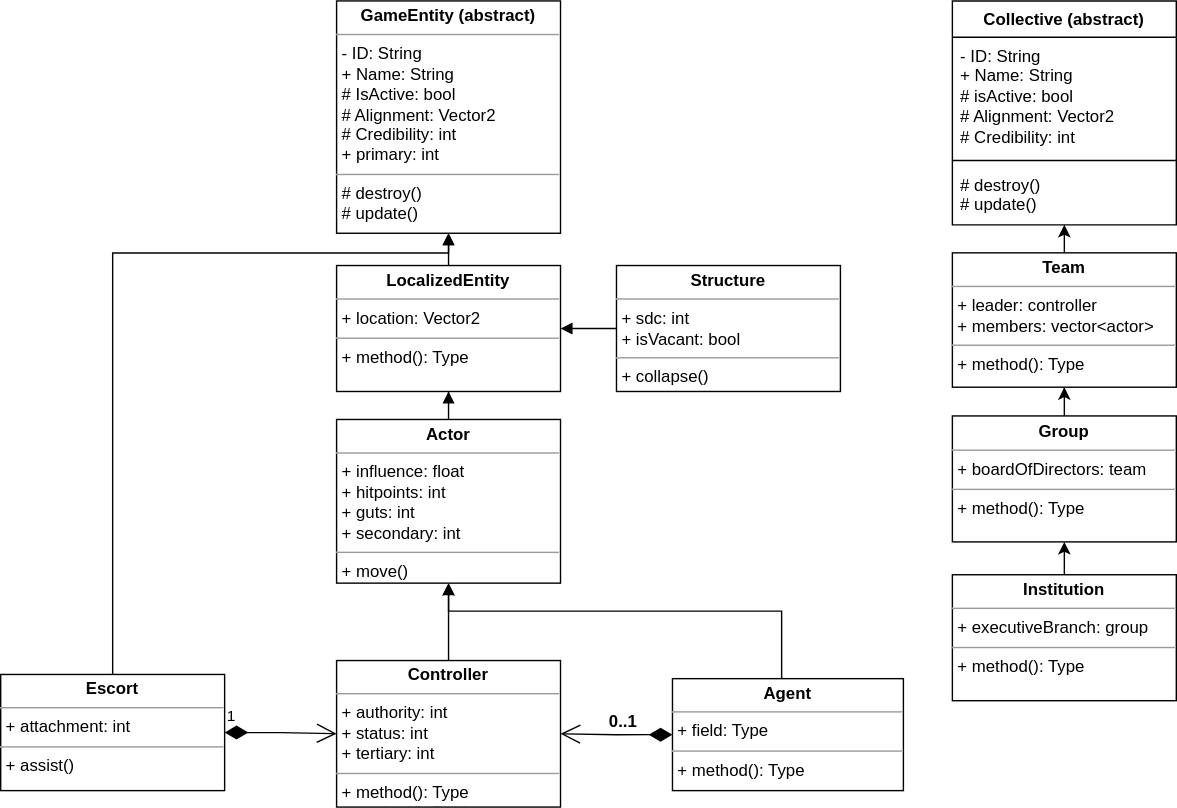
The draw.io diagram TheProspector/Assets/Schematics/Entity.svg in SakuNurmiranta/TheProspector, before a commit. Source tidied: cells renumbered, new cells last; positions are measured from the earlier drawing's top-left corner, leaving out a move shared by most shapes.
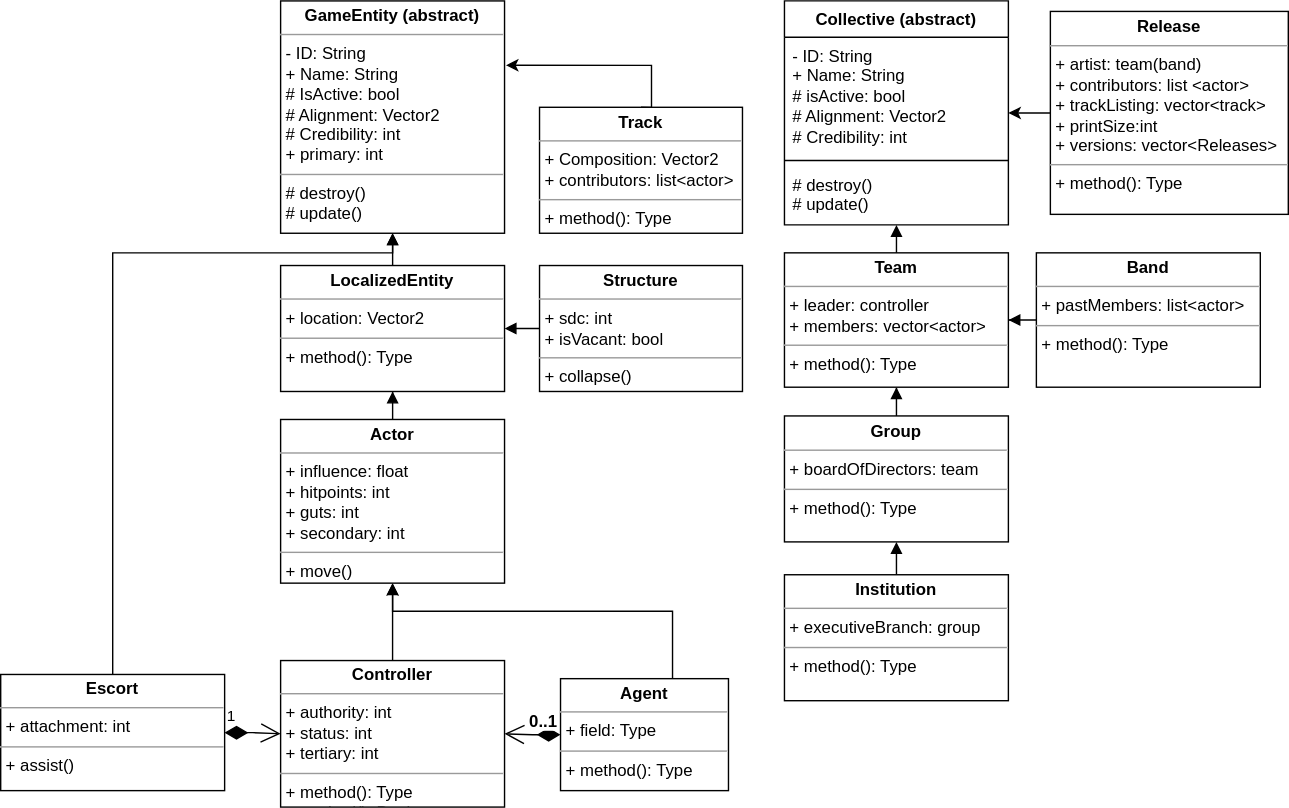
Later version of the same file.

Commit message:
expanded entity and record

What changed in the source:
```diff
@@ -3,24 +3,24 @@
     <mxCell id="0" />
     <mxCell id="1" parent="0" />
     <mxCell id="2" value="&lt;p style=&quot;margin:0px;margin-top:4px;text-align:center;&quot;&gt;&lt;b&gt;GameEntity (abstract)&lt;/b&gt;&lt;/p&gt;&lt;hr size=&quot;1&quot;&gt;&lt;p style=&quot;margin:0px;margin-left:4px;&quot;&gt;- ID: String&lt;/p&gt;&lt;p style=&quot;border-color: var(--border-color); margin: 0px 0px 0px 4px;&quot;&gt;+ Name: String&lt;/p&gt;&lt;p style=&quot;border-color: var(--border-color); margin: 0px 0px 0px 4px;&quot;&gt;# IsActive: bool&lt;/p&gt;&lt;p style=&quot;border-color: var(--border-color); margin: 0px 0px 0px 4px;&quot;&gt;# Alignment: Vector2&lt;/p&gt;&lt;p style=&quot;border-color: var(--border-color); margin: 0px 0px 0px 4px;&quot;&gt;# Credibility: int&lt;/p&gt;&lt;p style=&quot;border-color: var(--border-color); margin: 0px 0px 0px 4px;&quot;&gt;+ primary: int&lt;/p&gt;&lt;hr size=&quot;1&quot;&gt;&lt;p style=&quot;margin:0px;margin-left:4px;&quot;&gt;&lt;span style=&quot;background-color: initial;&quot;&gt;# destroy()&lt;/span&gt;&lt;br&gt;&lt;/p&gt;&lt;p style=&quot;margin:0px;margin-left:4px;&quot;&gt;# update()&lt;/p&gt;" style="verticalAlign=top;align=left;overflow=fill;fontSize=12;fontFamily=Helvetica;html=1;whiteSpace=wrap;" parent="1" vertex="1">
-      <mxGeometry x="240" width="160" height="166" as="geometry" />
+      <mxGeometry x="200" width="160" height="166" as="geometry" />
     </mxCell>
     <mxCell id="3" style="edgeStyle=orthogonalEdgeStyle;rounded=0;jettySize=auto;html=1;entryX=0.5;entryY=1;entryDx=0;entryDy=0;endArrow=block;endFill=1;" parent="1" edge="1" source="4" target="9">
       <mxGeometry relative="1" as="geometry" />
     </mxCell>
     <mxCell id="4" value="&lt;p style=&quot;margin:0px;margin-top:4px;text-align:center;&quot;&gt;&lt;b&gt;Controller&lt;/b&gt;&lt;/p&gt;&lt;hr size=&quot;1&quot;&gt;&lt;p style=&quot;margin:0px;margin-left:4px;&quot;&gt;+ authority: int&lt;/p&gt;&lt;p style=&quot;margin:0px;margin-left:4px;&quot;&gt;+ status: int&lt;/p&gt;&lt;p style=&quot;margin:0px;margin-left:4px;&quot;&gt;+ tertiary: int&lt;/p&gt;&lt;hr size=&quot;1&quot;&gt;&lt;p style=&quot;margin:0px;margin-left:4px;&quot;&gt;+ method(): Type&lt;/p&gt;&lt;p style=&quot;margin:0px;margin-left:4px;&quot;&gt;+ method(): Declare&lt;/p&gt;" style="verticalAlign=top;align=left;overflow=fill;fontSize=12;fontFamily=Helvetica;html=1;whiteSpace=wrap;" parent="1" vertex="1">
-      <mxGeometry x="240" y="471.3" width="160" height="104.7" as="geometry" />
+      <mxGeometry x="200" y="471.3" width="160" height="104.7" as="geometry" />
     </mxCell>
     <mxCell id="5" style="edgeStyle=orthogonalEdgeStyle;rounded=0;jettySize=auto;html=1;entryX=0.5;entryY=1;entryDx=0;entryDy=0;" parent="1" edge="1" source="6" target="9">
       <mxGeometry relative="1" as="geometry">
         <Array as="points">
-          <mxPoint x="558" y="436" />
-          <mxPoint x="320" y="436" />
+          <mxPoint x="480" y="436" />
+          <mxPoint x="280" y="436" />
         </Array>
       </mxGeometry>
     </mxCell>
     <mxCell id="6" value="&lt;p style=&quot;margin:0px;margin-top:4px;text-align:center;&quot;&gt;&lt;b&gt;Agent&lt;/b&gt;&lt;/p&gt;&lt;hr size=&quot;1&quot;&gt;&lt;p style=&quot;margin:0px;margin-left:4px;&quot;&gt;+ field: Type&lt;/p&gt;&lt;hr size=&quot;1&quot;&gt;&lt;p style=&quot;margin:0px;margin-left:4px;&quot;&gt;+ method(): Type&lt;/p&gt;" style="verticalAlign=top;align=left;overflow=fill;fontSize=12;fontFamily=Helvetica;html=1;whiteSpace=wrap;" parent="1" vertex="1">
-      <mxGeometry x="480" y="484.2" width="165" height="80" as="geometry" />
+      <mxGeometry x="400" y="484.2" width="120" height="80" as="geometry" />
     </mxCell>
     <mxCell id="7" value="&lt;font style=&quot;font-size: 12px;&quot;&gt;&lt;b&gt;0..1&lt;/b&gt;&lt;/font&gt;" style="endArrow=open;html=1;endSize=12;startArrow=diamondThin;startSize=14;startFill=1;edgeStyle=orthogonalEdgeStyle;align=left;verticalAlign=bottom;rounded=0;exitX=0;exitY=0.5;exitDx=0;exitDy=0;entryX=1;entryY=0.5;entryDx=0;entryDy=0;" parent="1" edge="1" source="6" target="4">
       <mxGeometry x="0.2" relative="1" as="geometry" />
@@ -29,13 +29,13 @@
       <mxGeometry relative="1" as="geometry" />
     </mxCell>
     <mxCell id="9" value="&lt;p style=&quot;margin:0px;margin-top:4px;text-align:center;&quot;&gt;&lt;b&gt;Actor&lt;/b&gt;&lt;/p&gt;&lt;hr size=&quot;1&quot;&gt;&lt;p style=&quot;margin:0px;margin-left:4px;&quot;&gt;&lt;span style=&quot;background-color: initial;&quot;&gt;+ influence: float&lt;/span&gt;&lt;br&gt;&lt;/p&gt;&lt;p style=&quot;margin:0px;margin-left:4px;&quot;&gt;&lt;span style=&quot;background-color: initial;&quot;&gt;+ hitpoints: int&lt;/span&gt;&lt;/p&gt;&lt;p style=&quot;margin:0px;margin-left:4px;&quot;&gt;&lt;span style=&quot;background-color: initial;&quot;&gt;+ guts: int&lt;/span&gt;&lt;/p&gt;&lt;p style=&quot;margin:0px;margin-left:4px;&quot;&gt;&lt;span style=&quot;background-color: initial;&quot;&gt;+ secondary: int&lt;/span&gt;&lt;/p&gt;&lt;hr size=&quot;1&quot;&gt;&lt;p style=&quot;margin:0px;margin-left:4px;&quot;&gt;+ move()&lt;/p&gt;" style="verticalAlign=top;align=left;overflow=fill;fontSize=12;fontFamily=Helvetica;html=1;whiteSpace=wrap;" parent="1" vertex="1">
-      <mxGeometry x="240" y="299.1" width="160" height="116.9" as="geometry" />
+      <mxGeometry x="200" y="299.1" width="160" height="116.9" as="geometry" />
     </mxCell>
     <mxCell id="10" style="edgeStyle=orthogonalEdgeStyle;rounded=0;jettySize=auto;html=1;entryX=0.5;entryY=1;entryDx=0;entryDy=0;endArrow=block;endFill=1;" parent="1" edge="1" source="11" target="2">
       <mxGeometry relative="1" as="geometry">
         <Array as="points">
-          <mxPoint x="80" y="180.1" />
-          <mxPoint x="320" y="180.1" />
+          <mxPoint x="80" y="180" />
+          <mxPoint x="280" y="180" />
         </Array>
       </mxGeometry>
     </mxCell>
@@ -49,16 +49,16 @@
       <mxGeometry relative="1" as="geometry" />
     </mxCell>
     <mxCell id="14" value="&lt;p style=&quot;margin:0px;margin-top:4px;text-align:center;&quot;&gt;&lt;b&gt;LocalizedEntity&lt;/b&gt;&lt;/p&gt;&lt;hr size=&quot;1&quot;&gt;&lt;p style=&quot;margin:0px;margin-left:4px;&quot;&gt;+ location: Vector2&lt;/p&gt;&lt;hr size=&quot;1&quot;&gt;&lt;p style=&quot;margin:0px;margin-left:4px;&quot;&gt;+ method(): Type&lt;/p&gt;" style="verticalAlign=top;align=left;overflow=fill;fontSize=12;fontFamily=Helvetica;html=1;whiteSpace=wrap;" parent="1" vertex="1">
-      <mxGeometry x="240" y="189.1" width="160" height="90" as="geometry" />
+      <mxGeometry x="200" y="189.1" width="160" height="90" as="geometry" />
     </mxCell>
     <mxCell id="15" style="edgeStyle=orthogonalEdgeStyle;rounded=0;jettySize=auto;html=1;entryX=1;entryY=0.5;entryDx=0;entryDy=0;endArrow=block;endFill=1;" parent="1" edge="1" source="16" target="14">
       <mxGeometry relative="1" as="geometry" />
     </mxCell>
     <mxCell id="16" value="&lt;p style=&quot;margin:0px;margin-top:4px;text-align:center;&quot;&gt;&lt;b&gt;Structure&lt;/b&gt;&lt;/p&gt;&lt;hr size=&quot;1&quot;&gt;&lt;p style=&quot;margin:0px;margin-left:4px;&quot;&gt;+ sdc: int&lt;/p&gt;&lt;p style=&quot;margin:0px;margin-left:4px;&quot;&gt;+ isVacant: bool&lt;/p&gt;&lt;hr size=&quot;1&quot;&gt;&lt;p style=&quot;margin:0px;margin-left:4px;&quot;&gt;+ collapse()&lt;/p&gt;" style="verticalAlign=top;align=left;overflow=fill;fontSize=12;fontFamily=Helvetica;html=1;whiteSpace=wrap;" parent="1" vertex="1">
-      <mxGeometry x="440" y="189.1" width="160" height="90" as="geometry" />
+      <mxGeometry x="385" y="189.1" width="145" height="90" as="geometry" />
     </mxCell>
     <mxCell id="17" value="Collective (abstract)" style="swimlane;fontStyle=1;align=center;verticalAlign=top;horizontal=1;startSize=26;whiteSpace=wrap;html=1;" parent="1" vertex="1">
-      <mxGeometry x="680" width="160" height="160" as="geometry" />
+      <mxGeometry x="560" width="160" height="160" as="geometry" />
     </mxCell>
     <mxCell id="18" value="- ID: String&lt;br&gt;+ Name: String&lt;br&gt;# isActive: bool&lt;br&gt;# Alignment: Vector2&lt;br&gt;# Credibility: int" style="text;strokeColor=none;fillColor=none;align=left;verticalAlign=top;spacingLeft=4;spacingRight=4;overflow=hidden;whiteSpace=wrap;html=1;" parent="17" vertex="1">
       <mxGeometry y="26" width="160" height="84" as="geometry" />
@@ -70,22 +70,45 @@
       <mxGeometry y="118" width="160" height="42" as="geometry" />
     </mxCell>
     <mxCell id="21" value="&lt;p style=&quot;margin:0px;margin-top:4px;text-align:center;&quot;&gt;&lt;b&gt;Team&lt;/b&gt;&lt;/p&gt;&lt;hr size=&quot;1&quot;&gt;&lt;p style=&quot;margin:0px;margin-left:4px;&quot;&gt;+ leader: controller&lt;/p&gt;&lt;p style=&quot;margin:0px;margin-left:4px;&quot;&gt;+ members: vector&amp;lt;actor&amp;gt;&lt;/p&gt;&lt;hr size=&quot;1&quot;&gt;&lt;p style=&quot;margin:0px;margin-left:4px;&quot;&gt;+ method(): Type&lt;/p&gt;" style="verticalAlign=top;align=left;overflow=fill;fontSize=12;fontFamily=Helvetica;html=1;whiteSpace=wrap;" parent="1" vertex="1">
-      <mxGeometry x="680" y="180" width="160" height="96" as="geometry" />
+      <mxGeometry x="560" y="180" width="160" height="96" as="geometry" />
     </mxCell>
-    <mxCell id="22" style="edgeStyle=orthogonalEdgeStyle;rounded=0;jettySize=auto;html=1;entryX=0.495;entryY=0.99;entryDx=0;entryDy=0;entryPerimeter=0;" parent="1" edge="1" source="21" target="20">
+    <mxCell id="22" style="edgeStyle=orthogonalEdgeStyle;rounded=0;jettySize=auto;html=1;entryX=0.495;entryY=0.99;entryDx=0;entryDy=0;entryPerimeter=0;endArrow=block;endFill=1;" parent="1" edge="1" source="21" target="20">
       <mxGeometry relative="1" as="geometry" />
     </mxCell>
-    <mxCell id="23" style="edgeStyle=orthogonalEdgeStyle;rounded=0;jettySize=auto;html=1;entryX=0.5;entryY=1;entryDx=0;entryDy=0;" parent="1" edge="1" source="24" target="21">
+    <mxCell id="23" style="edgeStyle=orthogonalEdgeStyle;rounded=0;jettySize=auto;html=1;entryX=0.5;entryY=1;entryDx=0;entryDy=0;endArrow=block;endFill=1;" parent="1" edge="1" source="24" target="21">
       <mxGeometry relative="1" as="geometry" />
     </mxCell>
     <mxCell id="24" value="&lt;p style=&quot;margin:0px;margin-top:4px;text-align:center;&quot;&gt;&lt;b&gt;Group&lt;/b&gt;&lt;/p&gt;&lt;hr size=&quot;1&quot;&gt;&lt;p style=&quot;margin:0px;margin-left:4px;&quot;&gt;+ boardOfDirectors: team&lt;/p&gt;&lt;hr size=&quot;1&quot;&gt;&lt;p style=&quot;margin:0px;margin-left:4px;&quot;&gt;+ method(): Type&lt;/p&gt;" style="verticalAlign=top;align=left;overflow=fill;fontSize=12;fontFamily=Helvetica;html=1;whiteSpace=wrap;" parent="1" vertex="1">
-      <mxGeometry x="680" y="296.5" width="160" height="90" as="geometry" />
+      <mxGeometry x="560" y="296.5" width="160" height="90" as="geometry" />
     </mxCell>
-    <mxCell id="25" style="edgeStyle=orthogonalEdgeStyle;rounded=0;jettySize=auto;html=1;entryX=0.5;entryY=1;entryDx=0;entryDy=0;" parent="1" edge="1" source="26" target="24">
+    <mxCell id="25" style="edgeStyle=orthogonalEdgeStyle;rounded=0;jettySize=auto;html=1;entryX=0.5;entryY=1;entryDx=0;entryDy=0;endArrow=block;endFill=1;" parent="1" edge="1" source="26" target="24">
       <mxGeometry relative="1" as="geometry" />
     </mxCell>
     <mxCell id="26" value="&lt;p style=&quot;margin:0px;margin-top:4px;text-align:center;&quot;&gt;&lt;b&gt;Institution&lt;/b&gt;&lt;/p&gt;&lt;hr size=&quot;1&quot;&gt;&lt;p style=&quot;margin:0px;margin-left:4px;&quot;&gt;+ executiveBranch: group&lt;/p&gt;&lt;hr size=&quot;1&quot;&gt;&lt;p style=&quot;margin:0px;margin-left:4px;&quot;&gt;+ method(): Type&lt;/p&gt;" style="verticalAlign=top;align=left;overflow=fill;fontSize=12;fontFamily=Helvetica;html=1;whiteSpace=wrap;" parent="1" vertex="1">
-      <mxGeometry x="680" y="410" width="160" height="90" as="geometry" />
+      <mxGeometry x="560" y="410" width="160" height="90" as="geometry" />
     </mxCell>
+    <mxCell id="27" value="&lt;p style=&quot;margin:0px;margin-top:4px;text-align:center;&quot;&gt;&lt;b&gt;Track&lt;/b&gt;&lt;/p&gt;&lt;hr size=&quot;1&quot;&gt;&lt;p style=&quot;margin:0px;margin-left:4px;&quot;&gt;+ Composition: Vector2&lt;/p&gt;&lt;p style=&quot;margin:0px;margin-left:4px;&quot;&gt;+ contributors: list&amp;lt;actor&amp;gt;&lt;/p&gt;&lt;hr size=&quot;1&quot;&gt;&lt;p style=&quot;margin:0px;margin-left:4px;&quot;&gt;+ method(): Type&lt;/p&gt;" style="verticalAlign=top;align=left;overflow=fill;fontSize=12;fontFamily=Helvetica;html=1;whiteSpace=wrap;" parent="1" vertex="1">
+      <mxGeometry x="385" y="76" width="145" height="90" as="geometry" />
+    </mxCell>
+    <mxCell id="28" style="edgeStyle=orthogonalEdgeStyle;rounded=0;jettySize=auto;html=1;exitX=0.5;exitY=0;exitDx=0;exitDy=0;" parent="1" edge="1" source="27">
+      <mxGeometry relative="1" as="geometry">
+        <mxPoint x="361" y="46" as="targetPoint" />
+        <Array as="points">
+          <mxPoint x="465" y="46" />
+        </Array>
+      </mxGeometry>
+    </mxCell>
+    <mxCell id="29" style="edgeStyle=orthogonalEdgeStyle;rounded=0;jettySize=auto;html=1;" parent="1" edge="1" source="30" target="17">
+      <mxGeometry relative="1" as="geometry" />
+    </mxCell>
+    <mxCell id="30" value="&lt;p style=&quot;margin:0px;margin-top:4px;text-align:center;&quot;&gt;&lt;b&gt;Release&lt;/b&gt;&lt;/p&gt;&lt;hr size=&quot;1&quot;&gt;&lt;p style=&quot;margin:0px;margin-left:4px;&quot;&gt;+ artist: team(band)&lt;/p&gt;&lt;p style=&quot;margin:0px;margin-left:4px;&quot;&gt;+ contributors: list &amp;lt;actor&amp;gt;&lt;/p&gt;&lt;p style=&quot;margin:0px;margin-left:4px;&quot;&gt;+ trackListing: vector&amp;lt;track&amp;gt;&lt;/p&gt;&lt;p style=&quot;margin:0px;margin-left:4px;&quot;&gt;+ printSize:int&lt;/p&gt;&lt;p style=&quot;margin:0px;margin-left:4px;&quot;&gt;+ versions: vector&amp;lt;Releases&amp;gt;&lt;/p&gt;&lt;hr size=&quot;1&quot;&gt;&lt;p style=&quot;margin:0px;margin-left:4px;&quot;&gt;+ method(): Type&lt;/p&gt;" style="verticalAlign=top;align=left;overflow=fill;fontSize=12;fontFamily=Helvetica;html=1;whiteSpace=wrap;" parent="1" vertex="1">
+      <mxGeometry x="750" y="7.5" width="170" height="145" as="geometry" />
+    </mxCell>
+    <mxCell id="31" style="edgeStyle=orthogonalEdgeStyle;rounded=0;jettySize=auto;html=1;endArrow=block;endFill=1;" parent="1" edge="1" source="32" target="21">
+      <mxGeometry relative="1" as="geometry" />
+    </mxCell>
+    <mxCell id="32" value="&lt;p style=&quot;margin:0px;margin-top:4px;text-align:center;&quot;&gt;&lt;b&gt;Band&lt;/b&gt;&lt;/p&gt;&lt;hr size=&quot;1&quot;&gt;&lt;p style=&quot;margin:0px;margin-left:4px;&quot;&gt;&lt;span style=&quot;background-color: initial;&quot;&gt;+ pastMembers: list&amp;lt;actor&amp;gt;&lt;/span&gt;&lt;br&gt;&lt;/p&gt;&lt;hr size=&quot;1&quot;&gt;&lt;p style=&quot;margin:0px;margin-left:4px;&quot;&gt;+ method(): Type&lt;/p&gt;" style="verticalAlign=top;align=left;overflow=fill;fontSize=12;fontFamily=Helvetica;html=1;whiteSpace=wrap;" parent="1" vertex="1">
+      <mxGeometry x="740" y="180" width="160" height="96" as="geometry" />
+    </mxCell>
   </root>
 </mxGraphModel>
```
